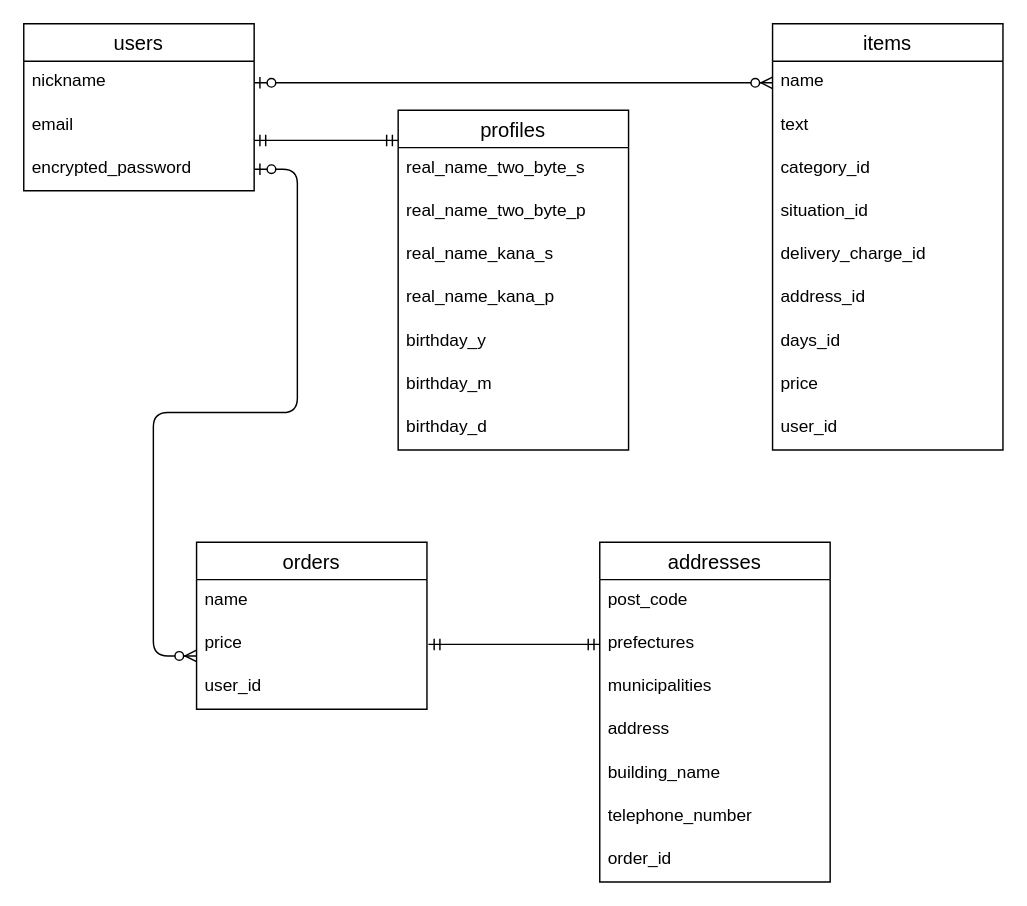
The draw.io diagram test.dio in Git-junior/furima-36709, before the edit. Source tidied: cells renumbered, new cells numbered last; positions are measured from the earlier drawing's top-left corner, leaving out a move shared by most shapes. Both pictures are drawn from the tidied source at 144%, with x=0, y=0 at pixel (23, 23).
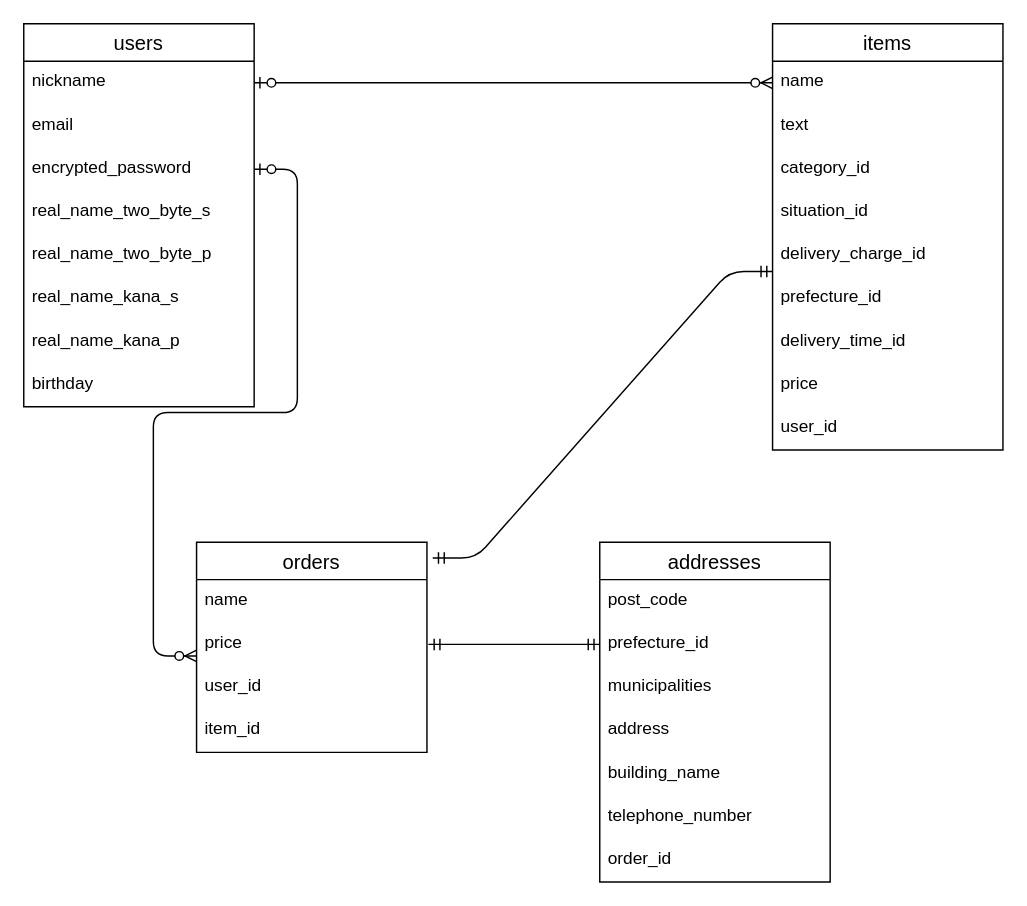
The same diagram, later.

Commit message (it also covers changes not shown here):
データベース設計（修正）

Unchanged cells that the change refers to:
```xml
<mxCell id="6" value="items" style="swimlane;fontStyle=0;horizontal=1;startSize=26;align=center;fontSize=14;" parent="1" vertex="1">
  <mxGeometry x="520" width="160" height="296" as="geometry" />
</mxCell>
<mxCell id="20" value="addresses" style="swimlane;fontStyle=0;horizontal=1;startSize=26;align=center;fontSize=14;" parent="1" vertex="1">
  <mxGeometry x="400" y="360" width="160" height="236" as="geometry" />
</mxCell>
```

Diff of the diagram source:
```diff
@@
     <mxCell id="2" value="users" style="swimlane;fontStyle=0;horizontal=1;startSize=26;align=center;fontSize=14;" parent="1" vertex="1">
-      <mxGeometry width="160" height="116" as="geometry" />
+      <mxGeometry width="160" height="266" as="geometry" />
     </mxCell>
@@
+    <mxCell id="32" value="real_name_two_byte_s" style="text;strokeColor=none;fillColor=none;spacingLeft=4;spacingRight=4;overflow=hidden;fontSize=12;" parent="2" vertex="1">
+      <mxGeometry y="116" width="160" height="30" as="geometry" />
+    </mxCell>
+    <mxCell id="33" value="real_name_two_byte_p" style="text;strokeColor=none;fillColor=none;spacingLeft=4;spacingRight=4;overflow=hidden;fontSize=12;" parent="2" vertex="1">
+      <mxGeometry y="146" width="160" height="30" as="geometry" />
+    </mxCell>
+    <mxCell id="34" value="real_name_kana_s" style="text;strokeColor=none;fillColor=none;spacingLeft=4;spacingRight=4;overflow=hidden;fontSize=12;" parent="2" vertex="1">
+      <mxGeometry y="176" width="160" height="30" as="geometry" />
+    </mxCell>
+    <mxCell id="35" value="real_name_kana_p" style="text;strokeColor=none;fillColor=none;spacingLeft=4;spacingRight=4;overflow=hidden;fontSize=12;" parent="2" vertex="1">
+      <mxGeometry y="206" width="160" height="30" as="geometry" />
+    </mxCell>
+    <mxCell id="40" value="birthday" style="text;strokeColor=none;fillColor=none;spacingLeft=4;spacingRight=4;overflow=hidden;fontSize=12;" parent="2" vertex="1">
+      <mxGeometry y="236" width="160" height="30" as="geometry" />
+    </mxCell>
@@
-    <mxCell id="12" value="address_id" style="text;strokeColor=none;fillColor=none;spacingLeft=4;spacingRight=4;overflow=hidden;fontSize=12;" parent="6" vertex="1">
+    <mxCell id="12" value="prefecture_id" style="text;strokeColor=none;fillColor=none;spacingLeft=4;spacingRight=4;overflow=hidden;fontSize=12;" parent="6" vertex="1">
       <mxGeometry y="176" width="160" height="30" as="geometry" />
     </mxCell>
-    <mxCell id="13" value="days_id" style="text;strokeColor=none;fillColor=none;spacingLeft=4;spacingRight=4;overflow=hidden;fontSize=12;" parent="6" vertex="1">
+    <mxCell id="13" value="delivery_time_id" style="text;strokeColor=none;fillColor=none;spacingLeft=4;spacingRight=4;overflow=hidden;fontSize=12;" parent="6" vertex="1">
       <mxGeometry y="206" width="160" height="30" as="geometry" />
     </mxCell>
@@
     <mxCell id="16" value="orders" style="swimlane;fontStyle=0;horizontal=1;startSize=26;align=center;fontSize=14;" parent="1" vertex="1">
-      <mxGeometry x="120" y="360" width="160" height="116" as="geometry" />
+      <mxGeometry x="120" y="360" width="160" height="146" as="geometry" />
     </mxCell>
@@
+    <mxCell id="41" value="item_id" style="text;strokeColor=none;fillColor=none;spacingLeft=4;spacingRight=4;overflow=hidden;fontSize=12;" parent="16" vertex="1">
+      <mxGeometry y="116" width="160" height="30" as="geometry" />
+    </mxCell>
@@
-    <mxCell id="22" value="prefectures" style="text;strokeColor=none;fillColor=none;spacingLeft=4;spacingRight=4;overflow=hidden;points=[[0,0.5],[1,0.5]];portConstraint=eastwest;fontSize=12;" parent="20" vertex="1">
+    <mxCell id="22" value="prefecture_id" style="text;strokeColor=none;fillColor=none;spacingLeft=4;spacingRight=4;overflow=hidden;points=[[0,0.5],[1,0.5]];portConstraint=eastwest;fontSize=12;" parent="20" vertex="1">
       <mxGeometry y="56" width="160" height="30" as="geometry" />
     </mxCell>
@@
-    <mxCell id="31" value="profiles" style="swimlane;fontStyle=0;horizontal=1;startSize=26;align=center;fontSize=14;" parent="1" vertex="1">
-      <mxGeometry x="260" y="60" width="160" height="236" as="geometry" />
-    </mxCell>
-    <mxCell id="32" value="real_name_two_byte_s" style="text;strokeColor=none;fillColor=none;spacingLeft=4;spacingRight=4;overflow=hidden;fontSize=12;" parent="31" vertex="1">
-      <mxGeometry y="26" width="160" height="30" as="geometry" />
-    </mxCell>
-    <mxCell id="33" value="real_name_two_byte_p" style="text;strokeColor=none;fillColor=none;spacingLeft=4;spacingRight=4;overflow=hidden;fontSize=12;" parent="31" vertex="1">
-      <mxGeometry y="56" width="160" height="30" as="geometry" />
-    </mxCell>
-    <mxCell id="34" value="real_name_kana_s" style="text;strokeColor=none;fillColor=none;spacingLeft=4;spacingRight=4;overflow=hidden;fontSize=12;" parent="31" vertex="1">
-      <mxGeometry y="86" width="160" height="30" as="geometry" />
-    </mxCell>
-    <mxCell id="35" value="real_name_kana_p" style="text;strokeColor=none;fillColor=none;spacingLeft=4;spacingRight=4;overflow=hidden;fontSize=12;" parent="31" vertex="1">
-      <mxGeometry y="116" width="160" height="30" as="geometry" />
-    </mxCell>
-    <mxCell id="36" value="birthday_y" style="text;strokeColor=none;fillColor=none;spacingLeft=4;spacingRight=4;overflow=hidden;fontSize=12;" parent="31" vertex="1">
-      <mxGeometry y="146" width="160" height="30" as="geometry" />
-    </mxCell>
-    <mxCell id="37" value="birthday_m" style="text;strokeColor=none;fillColor=none;spacingLeft=4;spacingRight=4;overflow=hidden;fontSize=12;" parent="31" vertex="1">
-      <mxGeometry y="176" width="160" height="30" as="geometry" />
-    </mxCell>
-    <mxCell id="38" value="birthday_d" style="text;strokeColor=none;fillColor=none;spacingLeft=4;spacingRight=4;overflow=hidden;fontSize=12;" parent="31" vertex="1">
-      <mxGeometry y="206" width="160" height="30" as="geometry" />
-    </mxCell>
-    <mxCell id="39" style="edgeStyle=entityRelationEdgeStyle;fontSize=12;html=1;endArrow=ERmandOne;startArrow=ERmandOne;" parent="1" edge="1">
-      <mxGeometry relative="1" as="geometry">
-        <mxPoint x="160" y="81" as="sourcePoint" />
-        <mxPoint x="260" y="81" as="targetPoint" />
-      </mxGeometry>
-    </mxCell>
+    <mxCell id="42" style="edgeStyle=entityRelationEdgeStyle;fontSize=12;html=1;endArrow=ERmandOne;startArrow=ERmandOne;" parent="1" edge="1">
+      <mxGeometry relative="1" as="geometry">
+        <mxPoint x="284" y="371" as="sourcePoint" />
+        <mxPoint x="520" y="172" as="targetPoint" />
+      </mxGeometry>
+    </mxCell>
```
